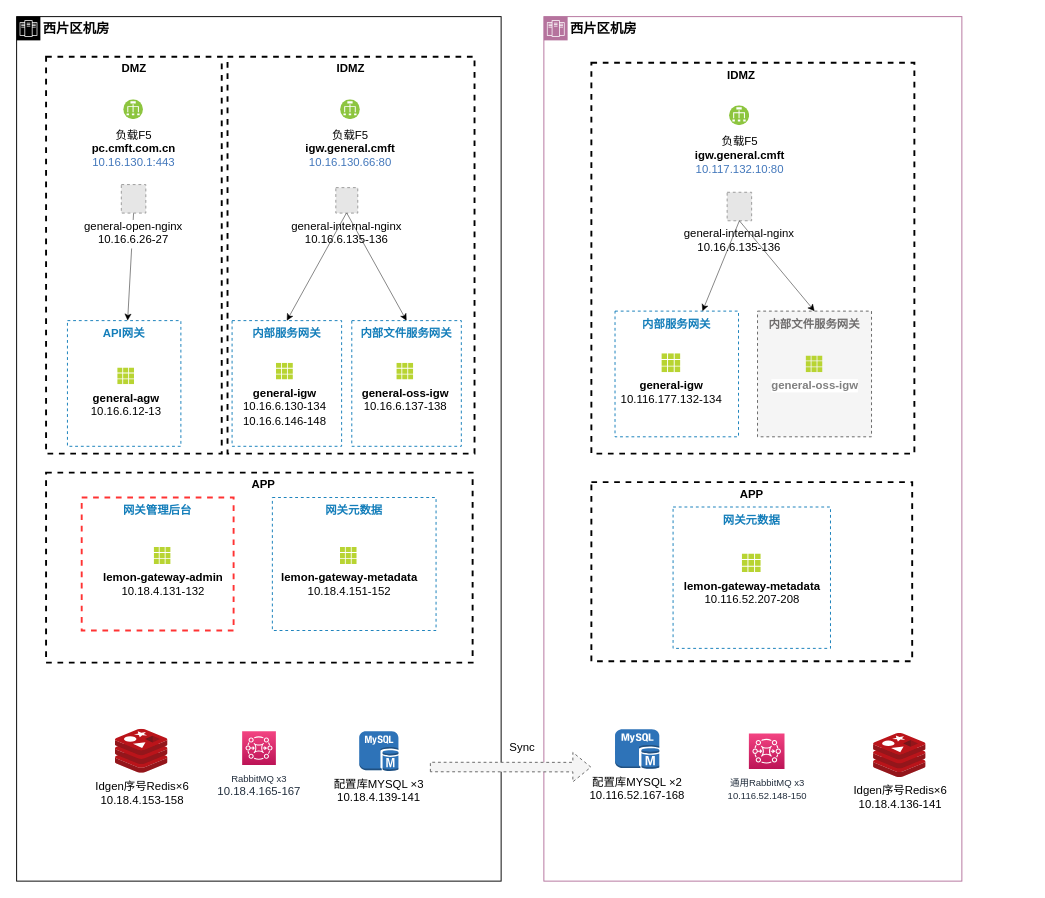
The draw.io diagram page "规划部署图" (2 of 2) of drawio/通用中台网关现状.drawio in hezhuma/image-repo, before the edit. Source tidied: cells renumbered, new cells numbered last; positions are measured from the earlier drawing's top-left corner, leaving out a move shared by most shapes. Both pictures are drawn from the tidied source at 95%, with x=0, y=0 at pixel (16, 16). Pictures stored in the file or linked from it are replaced by grey dashed boxes.
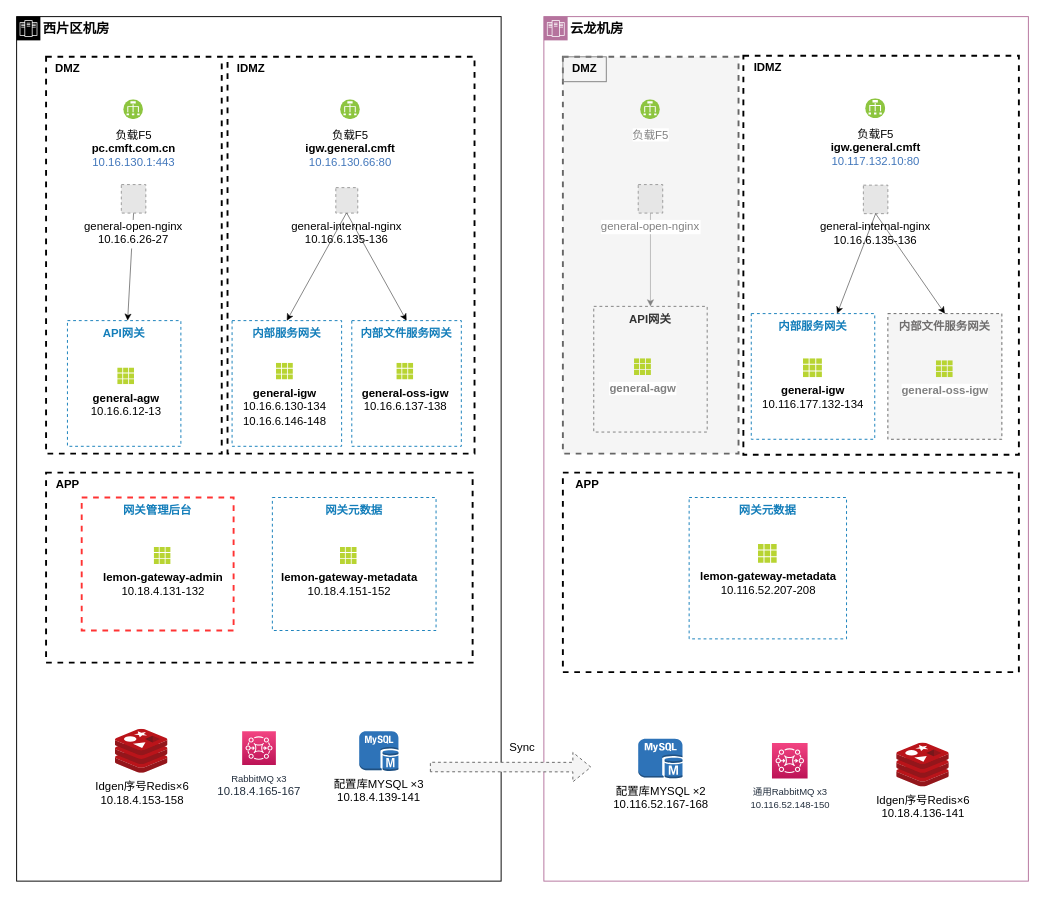
Above is the later version.

Unchanged cells that the change refers to:
```xml
<mxCell id="20" value="&lt;b&gt;西片区机房&lt;/b&gt;" style="shape=mxgraph.ibm.box;prType=zone;fontStyle=0;verticalAlign=top;align=left;spacingLeft=32;spacingTop=4;rounded=0;whiteSpace=wrap;html=1;strokeWidth=1;dashed=0;spacing=-4;fontSize=14;" parent="1" vertex="1">
  <mxGeometry width="510" height="910" as="geometry" />
</mxCell>
```

What changed in the source:
```diff
@@
-    <mxCell id="2" value="&lt;b&gt;西片区机房&lt;/b&gt;" style="shape=mxgraph.ibm.box;prType=zone;fontStyle=0;verticalAlign=top;align=left;spacingLeft=32;spacingTop=4;rounded=0;whiteSpace=wrap;html=1;strokeWidth=1;dashed=0;spacing=-4;fontSize=14;strokeColor=#B5739D;" parent="1" vertex="1">
-      <mxGeometry x="555" width="440" height="910" as="geometry" />
+    <mxCell id="2" value="&lt;b&gt;云龙机房&lt;/b&gt;" style="shape=mxgraph.ibm.box;prType=zone;fontStyle=0;verticalAlign=top;align=left;spacingLeft=32;spacingTop=4;rounded=0;whiteSpace=wrap;html=1;strokeWidth=1;dashed=0;spacing=-4;fontSize=14;strokeColor=#B5739D;" parent="1" vertex="1">
+      <mxGeometry x="555" width="510" height="910" as="geometry" />
     </mxCell>
-    <mxCell id="3" value="配置库MYSQL ×2&lt;br&gt;10.116.52.167-168" style="dashed=0;verticalLabelPosition=bottom;verticalAlign=top;align=center;html=1;shape=mxgraph.aws3.mysql_db_instance;fillColor=#2E73B8;gradientColor=none;" parent="2" vertex="1">
-      <mxGeometry x="74.9" y="750" width="46.6" height="42" as="geometry" />
-    </mxCell>
-    <mxCell id="4" value="&lt;span style=&quot;font-size: 10px&quot;&gt;通用RabbitMQ x3&lt;br&gt;&lt;/span&gt;&lt;span style=&quot;font-size: 10px&quot;&gt;10.116.52.148-150&lt;/span&gt;" style="fontColor=#232F3E;gradientColor=#F34482;gradientDirection=north;fillColor=#BC1356;strokeColor=#ffffff;dashed=0;verticalLabelPosition=bottom;verticalAlign=top;align=center;html=1;fontSize=12;fontStyle=0;shape=mxgraph.aws4.resourceIcon;resIcon=mxgraph.aws4.mq;" parent="2" vertex="1">
-      <mxGeometry x="215.8" y="754.5" width="37.5" height="37.5" as="geometry" />
-    </mxCell>
-    <mxCell id="5" value="Idgen序号Redis×6&lt;br&gt;10.18.4.136-141" style="html=1;align=center;image;fontSize=12;image=img/lib/mscae/Cache_Redis_Product.svg;strokeColor=#009900;strokeWidth=2;" parent="2" vertex="1">
-      <mxGeometry x="347" y="754.5" width="55.3" height="46.5" as="geometry" />
-    </mxCell>
-    <mxCell id="6" style="fillColor=none;strokeColor=#000000;dashed=1;verticalAlign=top;fontStyle=1;fontColor=#000000;strokeWidth=2;" parent="2" vertex="1">
-      <mxGeometry x="50" y="490" width="337.7" height="188.6" as="geometry" />
-    </mxCell>
-    <mxCell id="7" value="网关元数据" style="fillColor=none;strokeColor=#147EBA;dashed=1;verticalAlign=top;fontStyle=1;fontColor=#147EBA;" parent="2" vertex="1">
-      <mxGeometry x="136" y="516.2" width="165.7" height="148.8" as="geometry" />
-    </mxCell>
+    <mxCell id="49" style="fillColor=#f5f5f5;strokeColor=#666666;dashed=1;verticalAlign=top;fontStyle=1;fontColor=#333333;strokeWidth=2;" parent="2" vertex="1">
+      <mxGeometry x="20" y="42.3" width="184.9" height="417.7" as="geometry" />
+    </mxCell>
+    <mxCell id="50" value="&lt;font color=&quot;#808080&quot;&gt;负载F5&lt;/font&gt;&lt;font color=&quot;#000000&quot;&gt;&lt;br&gt;&lt;/font&gt;" style="perimeter=ellipsePerimeter;html=1;align=center;shadow=0;dashed=0;fontColor=#4277BB;labelBackgroundColor=#ffffff;fontSize=12;spacingTop=3;image;image=img/lib/ibm/vpc/LoadBalancer.svg;strokeColor=#808080;strokeWidth=2;" parent="2" vertex="1">
+      <mxGeometry x="101.8" y="87.5" width="20.8" height="20.8" as="geometry" />
+    </mxCell>
+    <mxCell id="51" value="&lt;b&gt;DMZ&lt;/b&gt;" style="text;html=1;strokeColor=#808080;fillColor=none;align=center;verticalAlign=middle;whiteSpace=wrap;rounded=0;" parent="2" vertex="1">
+      <mxGeometry x="20" y="42.3" width="45.7" height="26.2" as="geometry" />
+    </mxCell>
+    <mxCell id="52" value="API网关" style="fillColor=#f5f5f5;strokeColor=#808080;dashed=1;verticalAlign=top;fontStyle=1;fontColor=#333333;" parent="2" vertex="1">
+      <mxGeometry x="52.5" y="305" width="119.4" height="132.3" as="geometry" />
+    </mxCell>
+    <mxCell id="53" value="&lt;b&gt;&lt;font color=&quot;#808080&quot;&gt;general-agw&lt;/font&gt;&lt;/b&gt;" style="html=1;align=center;image;fontSize=12;image=img/lib/mscae/Grid3x3.svg;dashed=1;strokeColor=#808080;strokeWidth=2;" parent="2" vertex="1">
+      <mxGeometry x="95.4" y="360" width="17.8" height="17.8" as="geometry" />
+    </mxCell>
+    <mxCell id="54" style="endArrow=classic;html=1;rounded=0;strokeWidth=0.5;exitX=0.5;exitY=1;exitDx=0;exitDy=0;strokeColor=#808080;" parent="2" edge="1" source="55" target="52">
+      <mxGeometry relative="1" as="geometry" />
+    </mxCell>
+    <mxCell id="55" value="general-open-nginx" style="fillColor=#E6E6E6;strokeColor=#999999;dashed=1;verticalLabelPosition=bottom;labelBackgroundColor=default;verticalAlign=top;fontColor=#808080;" parent="2" vertex="1">
+      <mxGeometry x="99.3" y="176.8" width="25.8" height="30" as="geometry" />
+    </mxCell>
     <mxCell id="8" style="fillColor=none;strokeColor=#000000;dashed=1;verticalAlign=top;fontStyle=1;fontColor=#000000;strokeWidth=2;" parent="2" vertex="1">
-      <mxGeometry x="50" y="48.6" width="340" height="411.4" as="geometry" />
+      <mxGeometry x="210" y="41.2" width="290" height="420" as="geometry" />
     </mxCell>
     <mxCell id="9" value="&lt;font color=&quot;#000000&quot;&gt;负载F5&lt;br&gt;&lt;/font&gt;&lt;font color=&quot;#000000&quot;&gt;&lt;b&gt;igw.general.cmft&lt;/b&gt;&lt;br&gt;&lt;/font&gt;10.117.132.10:80&lt;font color=&quot;#000000&quot;&gt;&lt;br&gt;&lt;/font&gt;" style="perimeter=ellipsePerimeter;html=1;align=center;shadow=0;dashed=0;fontColor=#4277BB;labelBackgroundColor=#ffffff;fontSize=12;spacingTop=3;image;image=img/lib/ibm/vpc/LoadBalancer.svg;strokeColor=#3399FF;strokeWidth=2;" parent="2" vertex="1">
-      <mxGeometry x="195.4" y="93.8" width="21.1" height="21.1" as="geometry" />
+      <mxGeometry x="338.7" y="86.3" width="21.1" height="21.1" as="geometry" />
     </mxCell>
     <mxCell id="10" value="&lt;b&gt;IDMZ&lt;/b&gt;" style="text;html=1;strokeColor=none;fillColor=none;align=center;verticalAlign=middle;whiteSpace=wrap;rounded=0;" parent="2" vertex="1">
-      <mxGeometry x="181.6" y="48.6" width="51.5" height="26.2" as="geometry" />
+      <mxGeometry x="210" y="41.2" width="51.5" height="26.2" as="geometry" />
     </mxCell>
-    <mxCell id="11" value="&lt;b&gt;APP&lt;/b&gt;" style="text;html=1;strokeColor=none;fillColor=none;align=center;verticalAlign=middle;whiteSpace=wrap;rounded=0;" parent="2" vertex="1">
-      <mxGeometry x="193.1" y="490" width="51.5" height="26.2" as="geometry" />
-    </mxCell>
     <mxCell id="12" value="内部服务网关" style="fillColor=none;strokeColor=#147EBA;dashed=1;verticalAlign=top;fontStyle=1;fontColor=#147EBA;" parent="2" vertex="1">
-      <mxGeometry x="74.9" y="310" width="130" height="132.3" as="geometry" />
+      <mxGeometry x="218.3" y="312.6" width="130" height="132.3" as="geometry" />
     </mxCell>
     <mxCell id="13" value="&lt;b&gt;general-igw&lt;/b&gt;&lt;br&gt;10.116.177.132-134" style="html=1;align=center;image;fontSize=12;image=img/lib/mscae/Grid3x3.svg;dashed=1;strokeColor=#3399FF;strokeWidth=2;" parent="2" vertex="1">
-      <mxGeometry x="124.2" y="354.9" width="20" height="20" as="geometry" />
+      <mxGeometry x="273.2" y="360" width="20" height="20" as="geometry" />
     </mxCell>
-    <mxCell id="14" value="&lt;b&gt;lemon-gateway-metadata&lt;/b&gt;&lt;br&gt;10.116.52.207-208" style="html=1;align=center;image;fontSize=12;image=img/lib/mscae/Grid3x3.svg;dashed=1;strokeColor=#3399FF;strokeWidth=2;" parent="2" vertex="1">
-      <mxGeometry x="208.8" y="565.5" width="20" height="20" as="geometry" />
-    </mxCell>
     <mxCell id="15" value="general-internal-nginx&#10;10.16.6.135-136" style="fillColor=#E6E6E6;strokeColor=#999999;dashed=1;verticalLabelPosition=bottom;labelBackgroundColor=default;verticalAlign=top;" parent="2" vertex="1">
-      <mxGeometry x="192.9" y="184.9" width="25.8" height="30" as="geometry" />
+      <mxGeometry x="336.3" y="177.4" width="25.8" height="30" as="geometry" />
     </mxCell>
@@
     <mxCell id="17" value="内部文件服务网关" style="fillColor=#f5f5f5;strokeColor=#666666;dashed=1;verticalAlign=top;fontStyle=1;fontColor=#6f6d6d;" parent="2" vertex="1">
-      <mxGeometry x="224.9" y="310" width="120" height="132.3" as="geometry" />
+      <mxGeometry x="362.1" y="312.6" width="120" height="132.3" as="geometry" />
     </mxCell>
     <mxCell id="18" value="&lt;font color=&quot;#808080&quot;&gt;&lt;b style=&quot;&quot;&gt;general-oss-igw&lt;/b&gt;&lt;br&gt;&lt;/font&gt;" style="html=1;align=center;image;fontSize=12;image=img/lib/mscae/Grid3x3.svg;dashed=1;strokeColor=#3399FF;strokeWidth=2;" parent="2" vertex="1">
-      <mxGeometry x="276" y="357.1" width="17.8" height="17.8" as="geometry" />
+      <mxGeometry x="413.1" y="362.2" width="17.8" height="17.8" as="geometry" />
     </mxCell>
@@
+    <mxCell id="6" style="fillColor=none;strokeColor=#000000;dashed=1;verticalAlign=top;fontStyle=1;fontColor=#000000;strokeWidth=2;" parent="2" vertex="1">
+      <mxGeometry x="20" y="480" width="480" height="210" as="geometry" />
+    </mxCell>
+    <mxCell id="7" value="网关元数据" style="fillColor=none;strokeColor=#147EBA;dashed=1;verticalAlign=top;fontStyle=1;fontColor=#147EBA;" parent="2" vertex="1">
+      <mxGeometry x="152.9" y="506.2" width="165.7" height="148.8" as="geometry" />
+    </mxCell>
+    <mxCell id="11" value="&lt;b&gt;APP&lt;/b&gt;" style="text;html=1;strokeColor=none;fillColor=none;align=center;verticalAlign=middle;whiteSpace=wrap;rounded=0;" parent="2" vertex="1">
+      <mxGeometry x="20" y="480" width="51.5" height="26.2" as="geometry" />
+    </mxCell>
+    <mxCell id="14" value="&lt;b&gt;lemon-gateway-metadata&lt;/b&gt;&lt;br&gt;10.116.52.207-208" style="html=1;align=center;image;fontSize=12;image=img/lib/mscae/Grid3x3.svg;dashed=1;strokeColor=#3399FF;strokeWidth=2;" parent="2" vertex="1">
+      <mxGeometry x="225.7" y="555.5" width="20" height="20" as="geometry" />
+    </mxCell>
+    <mxCell id="3" value="配置库MYSQL ×2&lt;br&gt;10.116.52.167-168" style="dashed=0;verticalLabelPosition=bottom;verticalAlign=top;align=center;html=1;shape=mxgraph.aws3.mysql_db_instance;fillColor=#2E73B8;gradientColor=none;" parent="2" vertex="1">
+      <mxGeometry x="99.3" y="760" width="46.6" height="42" as="geometry" />
+    </mxCell>
+    <mxCell id="4" value="&lt;span style=&quot;font-size: 10px&quot;&gt;通用RabbitMQ x3&lt;br&gt;&lt;/span&gt;&lt;span style=&quot;font-size: 10px&quot;&gt;10.116.52.148-150&lt;/span&gt;" style="fontColor=#232F3E;gradientColor=#F34482;gradientDirection=north;fillColor=#BC1356;strokeColor=#ffffff;dashed=0;verticalLabelPosition=bottom;verticalAlign=top;align=center;html=1;fontSize=12;fontStyle=0;shape=mxgraph.aws4.resourceIcon;resIcon=mxgraph.aws4.mq;" parent="2" vertex="1">
+      <mxGeometry x="240.1" y="764.5" width="37.5" height="37.5" as="geometry" />
+    </mxCell>
+    <mxCell id="5" value="Idgen序号Redis×6&lt;br&gt;10.18.4.136-141" style="html=1;align=center;image;fontSize=12;image=img/lib/mscae/Cache_Redis_Product.svg;strokeColor=#009900;strokeWidth=2;" parent="2" vertex="1">
+      <mxGeometry x="371.4" y="764.5" width="55.3" height="46.5" as="geometry" />
+    </mxCell>
@@
     <mxCell id="23" value="&lt;b&gt;DMZ&lt;/b&gt;" style="text;html=1;strokeColor=none;fillColor=none;align=center;verticalAlign=middle;whiteSpace=wrap;rounded=0;" parent="20" vertex="1">
-      <mxGeometry x="100.6" y="42.3" width="45.7" height="26.2" as="geometry" />
+      <mxGeometry x="31" y="42.3" width="45.7" height="26.2" as="geometry" />
     </mxCell>
@@
     <mxCell id="26" value="&lt;b&gt;IDMZ&lt;/b&gt;" style="text;html=1;strokeColor=none;fillColor=none;align=center;verticalAlign=middle;whiteSpace=wrap;rounded=0;" parent="20" vertex="1">
-      <mxGeometry x="328.8" y="42.3" width="45.7" height="26.2" as="geometry" />
+      <mxGeometry x="223.5" y="42.3" width="45.7" height="26.2" as="geometry" />
     </mxCell>
@@
     <mxCell id="28" value="&lt;b&gt;APP&lt;/b&gt;" style="text;html=1;strokeColor=none;fillColor=none;align=center;verticalAlign=middle;whiteSpace=wrap;rounded=0;" parent="20" vertex="1">
-      <mxGeometry x="237.4" y="480" width="45.7" height="26.2" as="geometry" />
+      <mxGeometry x="31" y="480" width="45.7" height="26.2" as="geometry" />
     </mxCell>
```
